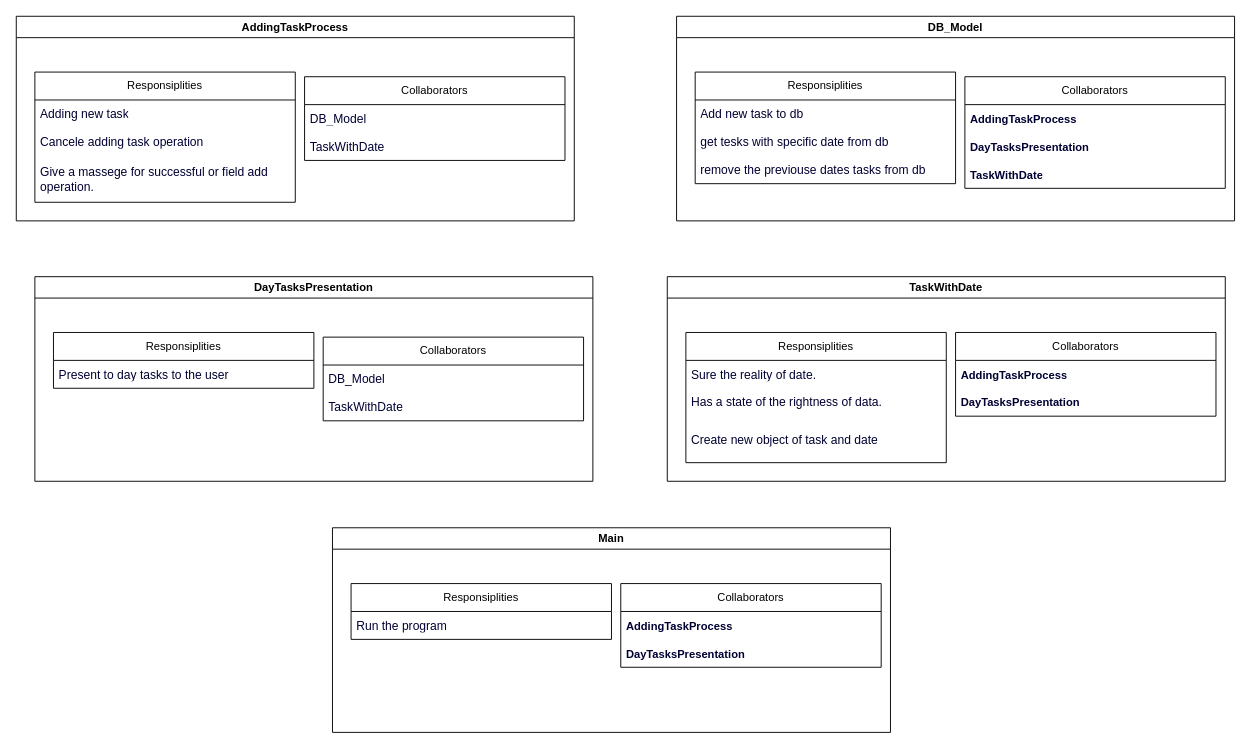
Ahmed101Mohammed/dates-remainder keeps this draw.io diagram as CRC.drawio. Above is the earlier version. Source tidied: cells renumbered, new cells numbered last; positions are measured from the earlier drawing's top-left corner, leaving out a move shared by most shapes. Both pictures are drawn from the tidied source at 93%, with x=0, y=0 at pixel (16, 16).
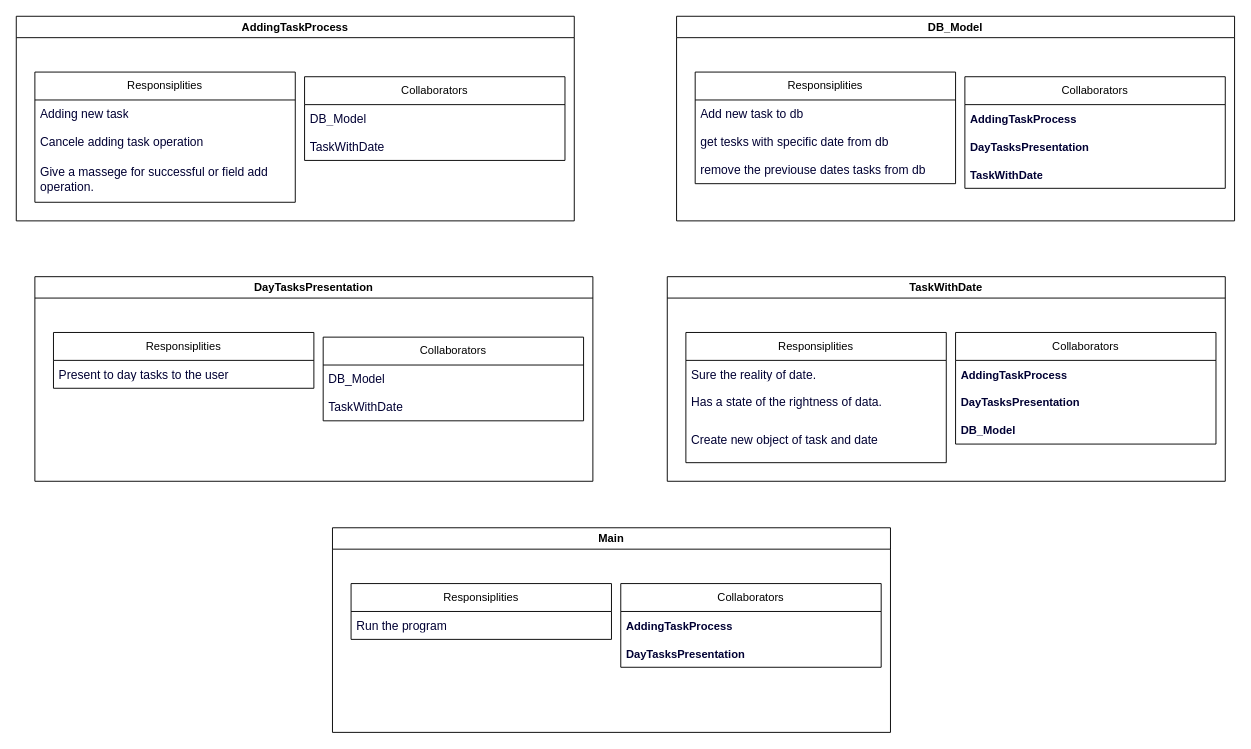
The same page after the edit.

Commit message:
Update TaskWithDate collaborators.

The change refers to these unchanged cells:
```xml
<mxCell id="25" value="TaskWithDate" style="swimlane;whiteSpace=wrap;html=1;" parent="1" vertex="1">
  <mxGeometry x="700" y="280" width="600" height="220" as="geometry" />
</mxCell>
```

What changed in the source:
```diff
@@
     <mxCell id="30" value="Collaborators" style="swimlane;fontStyle=0;horizontal=1;startSize=30;whiteSpace=wrap;html=1;" parent="25" vertex="1">
-      <mxGeometry x="310" y="60" width="280" height="90" as="geometry" />
+      <mxGeometry x="310" y="60" width="280" height="120" as="geometry" />
     </mxCell>
@@
+    <mxCell id="39" value="&lt;span style=&quot;font-size: 12px; font-weight: 700; text-align: center;&quot;&gt;DB_Model&lt;/span&gt;" style="text;strokeColor=none;fillColor=none;align=left;verticalAlign=middle;spacingLeft=4;spacingRight=4;overflow=hidden;whiteSpace=wrap;html=1;fontColor=#000033;fontSize=13;" parent="30" vertex="1">
+      <mxGeometry y="90" width="280" height="30" as="geometry" />
+    </mxCell>
```
